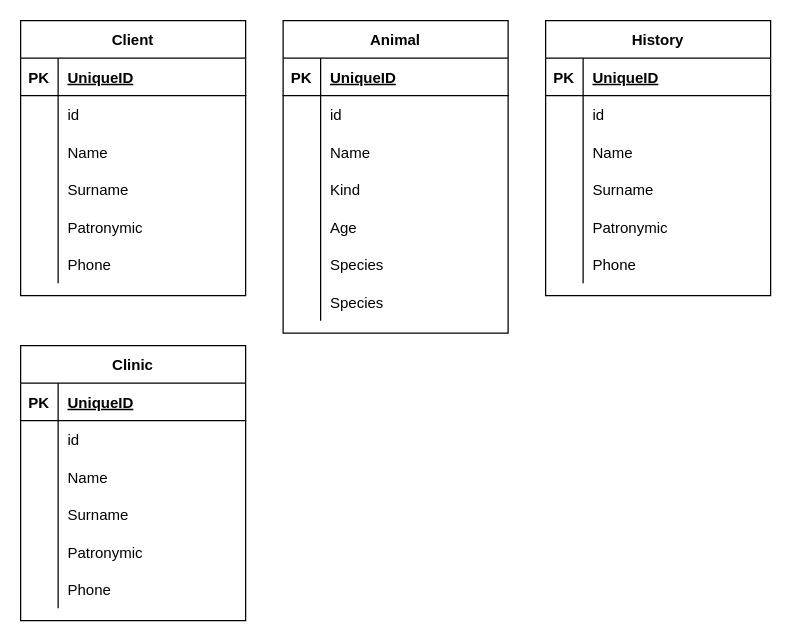
Earlier version of the draw.io diagram Untitled Diagram.drawio (21shunya/vet). Source tidied: cells renumbered, new cells numbered last; positions are measured from the earlier drawing's top-left corner, leaving out a move shared by most shapes. Both pictures are drawn from the tidied source at 125%, with x=0, y=0 at pixel (20, 20).
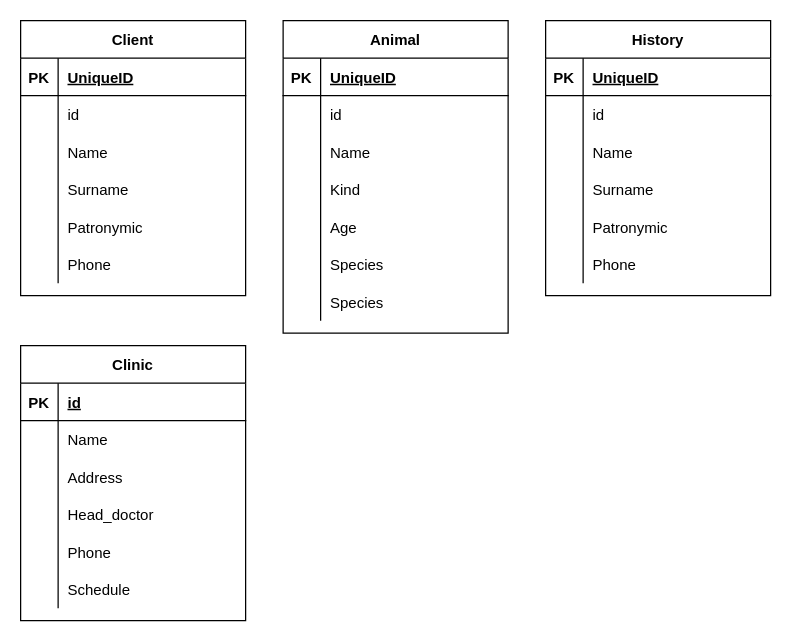
After the change.

The change refers to these unchanged cells:
```xml
<mxCell id="62" value="Clinic" style="shape=table;startSize=30;childLayout=tableLayout;rowLines=0;fontStyle=1;align=center;" parent="1" vertex="1">
  <mxGeometry y="260" width="180" height="220" as="geometry" />
</mxCell>
<mxCell id="63" style="shape=partialRectangle;fillColor=none;top=0;left=0;bottom=1;right=0;" parent="62" vertex="1">
  <mxGeometry y="30" width="180" height="30" as="geometry" />
</mxCell>
```

Diff of the diagram source:
```diff
@@
-    <mxCell id="65" value="UniqueID" style="shape=partialRectangle;fillColor=none;top=0;left=0;bottom=0;right=0;align=left;spacingLeft=6;fontStyle=5;overflow=hidden;" parent="63" vertex="1">
+    <mxCell id="65" value="id" style="shape=partialRectangle;fillColor=none;top=0;left=0;bottom=0;right=0;align=left;spacingLeft=6;fontStyle=5;overflow=hidden;" parent="63" vertex="1">
       <mxGeometry x="30" width="150" height="30" as="geometry" />
     </mxCell>
-    <mxCell id="66" style="shape=partialRectangle;fillColor=none;top=0;left=0;bottom=0;right=0;" parent="62" vertex="1">
-      <mxGeometry y="60" width="180" height="30" as="geometry" />
-    </mxCell>
-    <mxCell id="67" style="shape=partialRectangle;fillColor=none;top=0;left=0;bottom=0;right=0;overflow=hidden;" parent="66" vertex="1">
-      <mxGeometry width="30" height="30" as="geometry" />
-    </mxCell>
-    <mxCell id="68" value="id" style="shape=partialRectangle;fillColor=none;top=0;left=0;bottom=0;right=0;align=left;spacingLeft=6;overflow=hidden;" parent="66" vertex="1">
-      <mxGeometry x="30" width="150" height="30" as="geometry" />
-    </mxCell>
     <mxCell id="69" style="shape=partialRectangle;fillColor=none;top=0;left=0;bottom=0;right=0;" parent="62" vertex="1">
-      <mxGeometry y="90" width="180" height="30" as="geometry" />
+      <mxGeometry y="60" width="180" height="30" as="geometry" />
     </mxCell>
@@
     <mxCell id="72" style="shape=partialRectangle;fillColor=none;top=0;left=0;bottom=0;right=0;" parent="62" vertex="1">
-      <mxGeometry y="120" width="180" height="30" as="geometry" />
+      <mxGeometry y="90" width="180" height="30" as="geometry" />
     </mxCell>
@@
-    <mxCell id="74" value="Surname" style="shape=partialRectangle;fillColor=none;top=0;left=0;bottom=0;right=0;align=left;spacingLeft=6;overflow=hidden;" parent="72" vertex="1">
+    <mxCell id="74" value="Address" style="shape=partialRectangle;fillColor=none;top=0;left=0;bottom=0;right=0;align=left;spacingLeft=6;overflow=hidden;" parent="72" vertex="1">
       <mxGeometry x="30" width="150" height="30" as="geometry" />
     </mxCell>
     <mxCell id="75" style="shape=partialRectangle;fillColor=none;top=0;left=0;bottom=0;right=0;" parent="62" vertex="1">
-      <mxGeometry y="150" width="180" height="30" as="geometry" />
+      <mxGeometry y="120" width="180" height="30" as="geometry" />
     </mxCell>
@@
-    <mxCell id="77" value="Patronymic" style="shape=partialRectangle;fillColor=none;top=0;left=0;bottom=0;right=0;align=left;spacingLeft=6;overflow=hidden;" parent="75" vertex="1">
+    <mxCell id="77" value="Head_doctor" style="shape=partialRectangle;fillColor=none;top=0;left=0;bottom=0;right=0;align=left;spacingLeft=6;overflow=hidden;" parent="75" vertex="1">
       <mxGeometry x="30" width="150" height="30" as="geometry" />
     </mxCell>
     <mxCell id="78" style="shape=partialRectangle;fillColor=none;top=0;left=0;bottom=0;right=0;" parent="62" vertex="1">
-      <mxGeometry y="180" width="180" height="30" as="geometry" />
+      <mxGeometry y="150" width="180" height="30" as="geometry" />
     </mxCell>
@@
+    <mxCell id="81" style="shape=partialRectangle;fillColor=none;top=0;left=0;bottom=0;right=0;" parent="62" vertex="1">
+      <mxGeometry y="180" width="180" height="30" as="geometry" />
+    </mxCell>
+    <mxCell id="67" style="shape=partialRectangle;fillColor=none;top=0;left=0;bottom=0;right=0;overflow=hidden;" parent="81" vertex="1">
+      <mxGeometry width="30" height="30" as="geometry" />
+    </mxCell>
+    <mxCell id="82" value="Schedule" style="shape=partialRectangle;fillColor=none;top=0;left=0;bottom=0;right=0;align=left;spacingLeft=6;overflow=hidden;" parent="81" vertex="1">
+      <mxGeometry x="30" width="150" height="30" as="geometry" />
+    </mxCell>
```
